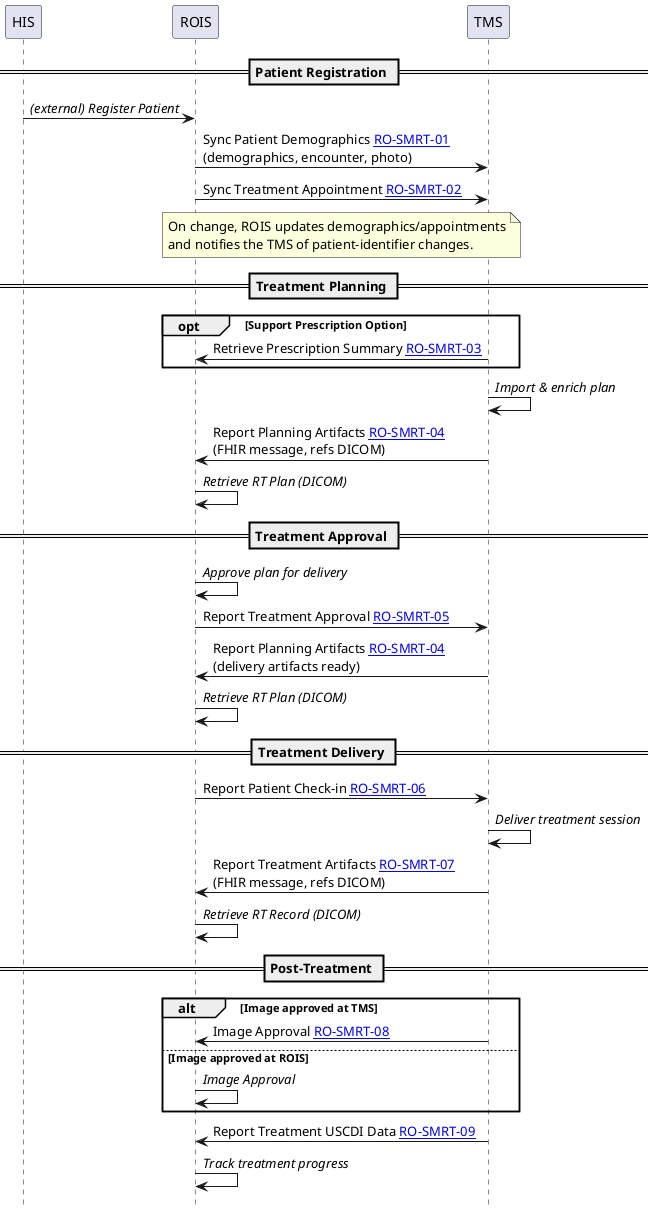
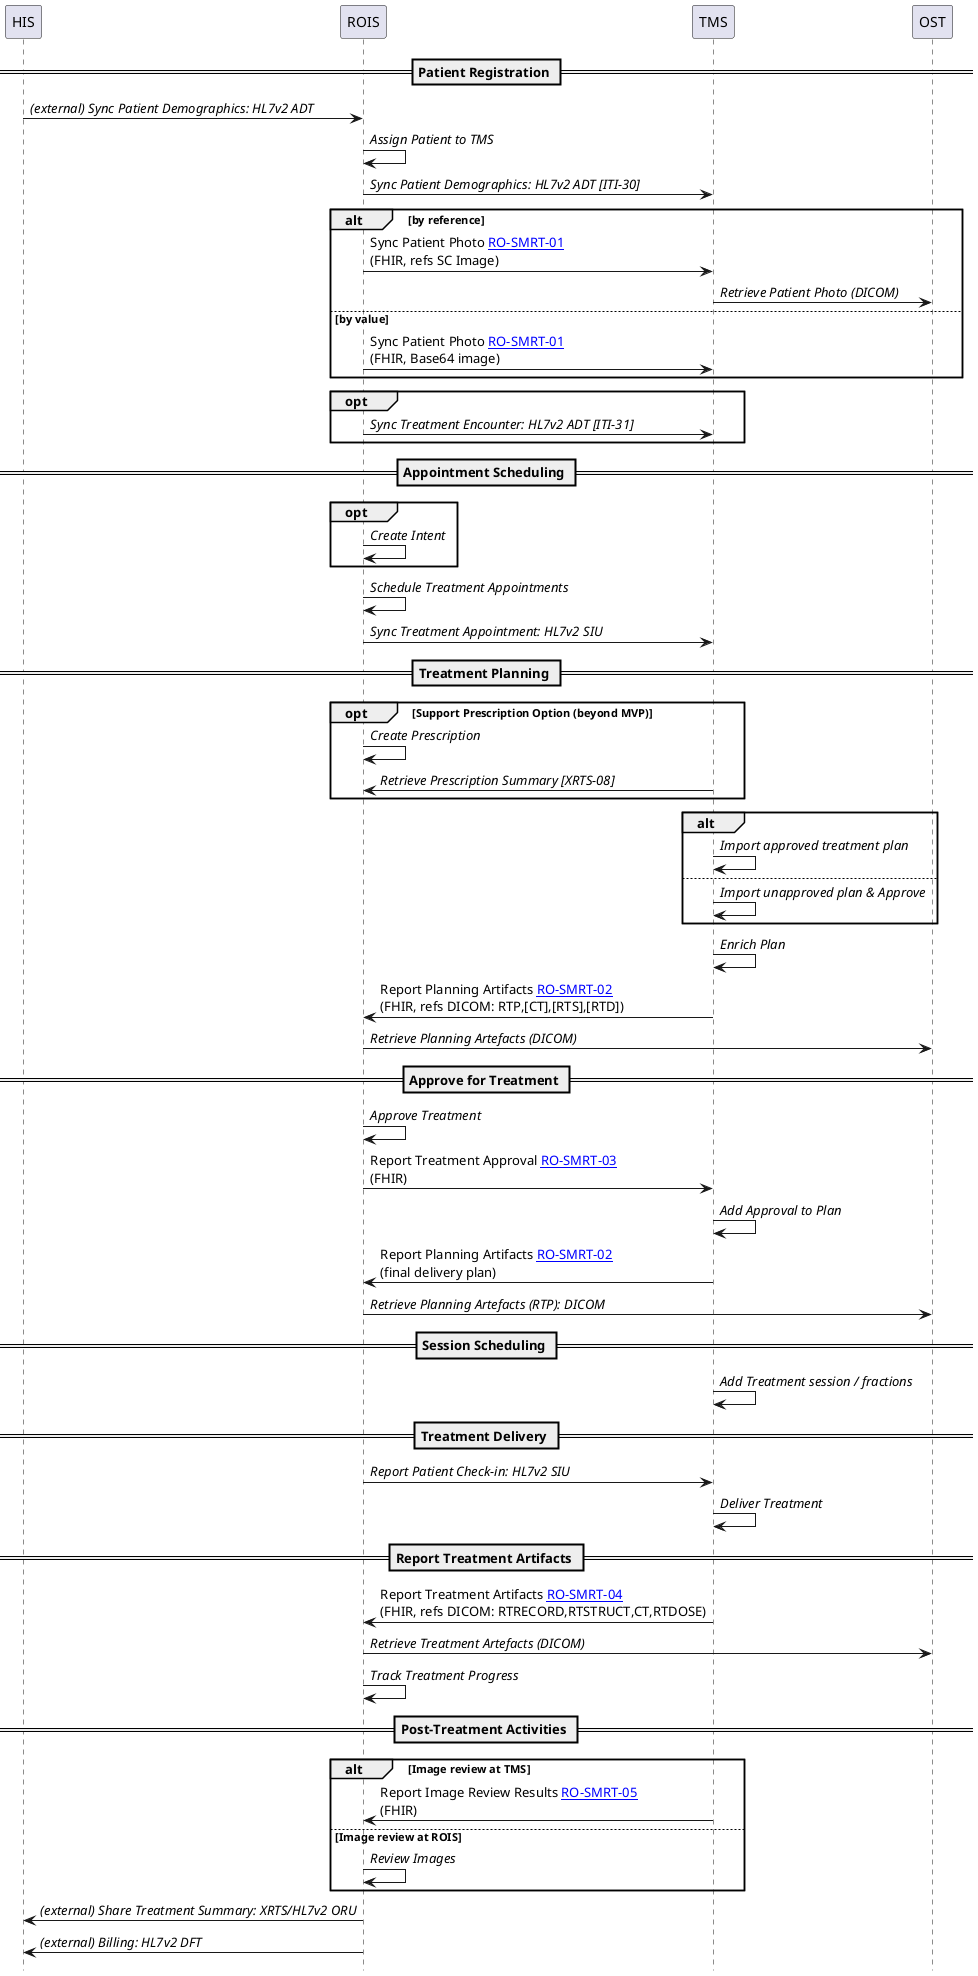
@startuml
skinparam svgDimensionStyle true
hide footbox

participant "HIS" as HIS
participant "ROIS" as ROIS
participant "TMS" as TMS
+ participant "OST" as OST

== Patient Registration ==
- HIS -> ROIS : //(external) Register Patient//
- ROIS -> TMS : Sync Patient Demographics [[RO-SMRT-01.html RO-SMRT-01]]\n(demographics, encounter, photo)
- ROIS -> TMS : Sync Treatment Appointment [[RO-SMRT-01.html RO-SMRT-02]]
- note over ROIS, TMS: On change, ROIS updates demographics/appointments\nand notifies the TMS of patient-identifier changes.
+ HIS -> ROIS : //(external) Sync Patient Demographics: HL7v2 ADT//
+ ROIS -> ROIS : //Assign Patient to TMS//
+ ROIS -> TMS : //Sync Patient Demographics: HL7v2 ADT [ITI-30]//
+ alt by reference
+   ROIS -> TMS : Sync Patient Photo [[RO-SMRT-01.html RO-SMRT-01]]\n(FHIR, refs SC Image)
+   TMS -> OST : //Retrieve Patient Photo (DICOM)//
+ else by value
+   ROIS -> TMS : Sync Patient Photo [[RO-SMRT-01.html RO-SMRT-01]]\n(FHIR, Base64 image)
+ end
+ opt
+   ROIS -> TMS : //Sync Treatment Encounter: HL7v2 ADT [ITI-31]//
+ end
+ 
+ == Appointment Scheduling ==
+ opt
+   ROIS -> ROIS : //Create Intent//
+ end
+ ROIS -> ROIS : //Schedule Treatment Appointments//
+ ROIS -> TMS : //Sync Treatment Appointment: HL7v2 SIU//

== Treatment Planning ==
- opt Support Prescription Option
-   TMS -> ROIS : Retrieve Prescription Summary [[RO-SMRT-01.html RO-SMRT-03]]
+ opt Support Prescription Option (beyond MVP)
+   ROIS -> ROIS : //Create Prescription//
+   TMS -> ROIS : //Retrieve Prescription Summary [XRTS-08]//
end
- TMS -> TMS : //Import & enrich plan//
- TMS -> ROIS : Report Planning Artifacts [[RO-SMRT-01.html RO-SMRT-04]]\n(FHIR message, refs DICOM)
- ROIS -> ROIS : //Retrieve RT Plan (DICOM)//
+ alt
+   TMS -> TMS : //Import approved treatment plan//
+ else
+   TMS -> TMS : //Import unapproved plan & Approve//
+ end
+ TMS -> TMS : //Enrich Plan//
+ TMS -> ROIS : Report Planning Artifacts [[RO-SMRT-02.html RO-SMRT-02]]\n(FHIR, refs DICOM: RTP,[CT],[RTS],[RTD])
+ ROIS -> OST : //Retrieve Planning Artefacts (DICOM)//

- == Treatment Approval ==
- ROIS -> ROIS : //Approve plan for delivery//
- ROIS -> TMS : Report Treatment Approval [[RO-SMRT-01.html RO-SMRT-05]]
- TMS -> ROIS : Report Planning Artifacts [[RO-SMRT-01.html RO-SMRT-04]]\n(delivery artifacts ready)
- ROIS -> ROIS : //Retrieve RT Plan (DICOM)//
+ == Approve for Treatment ==
+ ROIS -> ROIS : //Approve Treatment//
+ ROIS -> TMS : Report Treatment Approval [[RO-SMRT-03.html RO-SMRT-03]]\n(FHIR)
+ TMS -> TMS : //Add Approval to Plan//
+ TMS -> ROIS : Report Planning Artifacts [[RO-SMRT-02.html RO-SMRT-02]]\n(final delivery plan)
+ ROIS -> OST : //Retrieve Planning Artefacts (RTP): DICOM//
+ 
+ == Session Scheduling ==
+ TMS -> TMS : //Add Treatment session / fractions//

== Treatment Delivery ==
- ROIS -> TMS : Report Patient Check-in [[RO-SMRT-01.html RO-SMRT-06]]
- TMS -> TMS : //Deliver treatment session//
- TMS -> ROIS : Report Treatment Artifacts [[RO-SMRT-01.html RO-SMRT-07]]\n(FHIR message, refs DICOM)
- ROIS -> ROIS : //Retrieve RT Record (DICOM)//
+ ROIS -> TMS : //Report Patient Check-in: HL7v2 SIU//
+ TMS -> TMS : //Deliver Treatment//

- == Post-Treatment ==
- alt Image approved at TMS
-   TMS -> ROIS : Image Approval [[RO-SMRT-01.html RO-SMRT-08]]
- else Image approved at ROIS
-   ROIS -> ROIS : //Image Approval//
+ == Report Treatment Artifacts ==
+ TMS -> ROIS : Report Treatment Artifacts [[RO-SMRT-04.html RO-SMRT-04]]\n(FHIR, refs DICOM: RTRECORD,RTSTRUCT,CT,RTDOSE)
+ ROIS -> OST : //Retrieve Treatment Artefacts (DICOM)//
+ ROIS -> ROIS : //Track Treatment Progress//
+ 
+ == Post-Treatment Activities ==
+ alt Image review at TMS
+   TMS -> ROIS : Report Image Review Results [[RO-SMRT-05.html RO-SMRT-05]]\n(FHIR)
+ else Image review at ROIS
+   ROIS -> ROIS : //Review Images//
end
- TMS -> ROIS : Report Treatment USCDI Data [[RO-SMRT-01.html RO-SMRT-09]]
- ROIS -> ROIS : //Track treatment progress//
+ ROIS -> HIS : //(external) Share Treatment Summary: XRTS/HL7v2 ORU//
+ ROIS -> HIS : //(external) Billing: HL7v2 DFT//
@enduml
